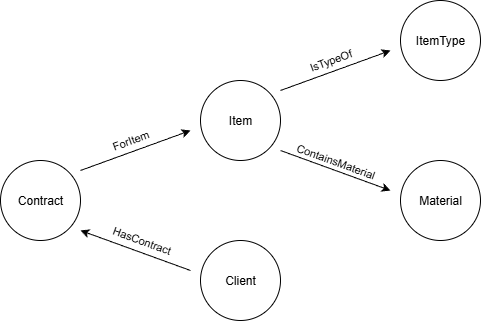
The draw.io diagram Pawnshop_Graph_Diagram.png in staretc/Pawnshop_DB, before a commit. Source tidied: cells renumbered, new cells last; positions are measured from the earlier drawing's top-left corner, leaving out a move shared by most shapes. The source it was exported from:
```xml
<mxGraphModel>
  <root>
    <mxCell id="0" />
    <mxCell id="1" parent="0" />
    <mxCell id="2" value="ItemType" style="ellipse;whiteSpace=wrap;html=1;" parent="1" vertex="1">
      <mxGeometry x="400" width="80" height="80" as="geometry" />
    </mxCell>
    <mxCell id="3" value="Item" style="ellipse;whiteSpace=wrap;html=1;" parent="1" vertex="1">
      <mxGeometry x="200" y="80" width="80" height="80" as="geometry" />
    </mxCell>
    <mxCell id="4" value="Material" style="ellipse;whiteSpace=wrap;html=1;" parent="1" vertex="1">
      <mxGeometry x="400" y="160" width="80" height="80" as="geometry" />
    </mxCell>
    <mxCell id="5" value="Client" style="ellipse;whiteSpace=wrap;html=1;" parent="1" vertex="1">
      <mxGeometry x="200" y="240" width="80" height="80" as="geometry" />
    </mxCell>
    <mxCell id="6" value="Contract" style="ellipse;whiteSpace=wrap;html=1;" parent="1" vertex="1">
      <mxGeometry y="160" width="80" height="80" as="geometry" />
    </mxCell>
    <mxCell id="7" style="endArrow=classic;html=1;rounded=0;" parent="1" edge="1">
      <mxGeometry relative="1" as="geometry">
        <mxPoint x="280" y="90" as="sourcePoint" />
        <mxPoint x="390" y="50" as="targetPoint" />
      </mxGeometry>
    </mxCell>
    <mxCell id="8" value="IsTypeOf" style="edgeLabel;html=1;align=center;verticalAlign=middle;rotation=-20;" parent="7" vertex="1">
      <mxGeometry x="-0.29" y="1" relative="1" as="geometry">
        <mxPoint x="11" y="-15" as="offset" />
      </mxGeometry>
    </mxCell>
    <mxCell id="9" style="endArrow=classic;html=1;rounded=0;" parent="1" edge="1">
      <mxGeometry relative="1" as="geometry">
        <mxPoint x="280" y="150" as="sourcePoint" />
        <mxPoint x="390" y="190" as="targetPoint" />
      </mxGeometry>
    </mxCell>
    <mxCell id="10" value="ContainsMaterial" style="edgeLabel;html=1;align=center;verticalAlign=middle;rotation=20;" parent="9" vertex="1">
      <mxGeometry x="-0.29" y="1" relative="1" as="geometry">
        <mxPoint x="15" y="-3" as="offset" />
      </mxGeometry>
    </mxCell>
    <mxCell id="11" style="endArrow=classic;html=1;rounded=0;" parent="1" edge="1">
      <mxGeometry relative="1" as="geometry">
        <mxPoint x="190" y="270" as="sourcePoint" />
        <mxPoint x="80" y="230" as="targetPoint" />
      </mxGeometry>
    </mxCell>
    <mxCell id="12" value="HasContract" style="edgeLabel;html=1;align=center;verticalAlign=middle;rotation=20;" parent="11" vertex="1">
      <mxGeometry x="-0.29" y="1" relative="1" as="geometry">
        <mxPoint x="-10" y="-17" as="offset" />
      </mxGeometry>
    </mxCell>
    <mxCell id="13" style="endArrow=classic;html=1;rounded=0;" parent="1" edge="1">
      <mxGeometry relative="1" as="geometry">
        <mxPoint x="80" y="170" as="sourcePoint" />
        <mxPoint x="190" y="130" as="targetPoint" />
      </mxGeometry>
    </mxCell>
    <mxCell id="14" value="ForItem" style="edgeLabel;html=1;align=center;verticalAlign=middle;rotation=-20;" parent="13" vertex="1">
      <mxGeometry x="-0.29" y="1" relative="1" as="geometry">
        <mxPoint x="11" y="-15" as="offset" />
      </mxGeometry>
    </mxCell>
  </root>
</mxGraphModel>
```
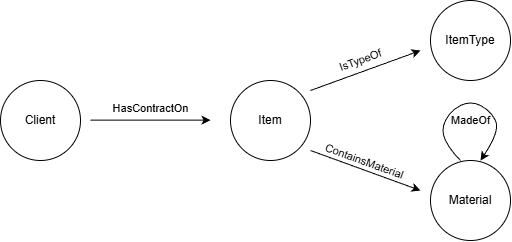
Later version of the same file.

Change to the diagram source:
```diff
@@ -12,11 +12,8 @@
       <mxGeometry x="400" y="160" width="80" height="80" as="geometry" />
     </mxCell>
     <mxCell id="5" value="Client" style="ellipse;whiteSpace=wrap;html=1;" parent="1" vertex="1">
-      <mxGeometry x="200" y="240" width="80" height="80" as="geometry" />
+      <mxGeometry x="-30" y="80" width="80" height="80" as="geometry" />
     </mxCell>
-    <mxCell id="6" value="Contract" style="ellipse;whiteSpace=wrap;html=1;" parent="1" vertex="1">
-      <mxGeometry y="160" width="80" height="80" as="geometry" />
-    </mxCell>
     <mxCell id="7" style="endArrow=classic;html=1;rounded=0;" parent="1" edge="1">
       <mxGeometry relative="1" as="geometry">
         <mxPoint x="280" y="90" as="sourcePoint" />
@@ -41,25 +38,33 @@
     </mxCell>
     <mxCell id="11" style="endArrow=classic;html=1;rounded=0;" parent="1" edge="1">
       <mxGeometry relative="1" as="geometry">
-        <mxPoint x="190" y="270" as="sourcePoint" />
-        <mxPoint x="80" y="230" as="targetPoint" />
+        <mxPoint x="60" y="119.7" as="sourcePoint" />
+        <mxPoint x="180" y="119.7" as="targetPoint" />
       </mxGeometry>
     </mxCell>
-    <mxCell id="12" value="HasContract" style="edgeLabel;html=1;align=center;verticalAlign=middle;rotation=20;" parent="11" vertex="1">
+    <mxCell id="12" value="HasContractOn" style="edgeLabel;html=1;align=center;verticalAlign=middle;rotation=0;" parent="11" vertex="1">
       <mxGeometry x="-0.29" y="1" relative="1" as="geometry">
-        <mxPoint x="-10" y="-17" as="offset" />
+        <mxPoint x="17" y="-11" as="offset" />
       </mxGeometry>
     </mxCell>
-    <mxCell id="13" style="endArrow=classic;html=1;rounded=0;" parent="1" edge="1">
-      <mxGeometry relative="1" as="geometry">
-        <mxPoint x="80" y="170" as="sourcePoint" />
-        <mxPoint x="190" y="130" as="targetPoint" />
-      </mxGeometry>
-    </mxCell>
-    <mxCell id="14" value="ForItem" style="edgeLabel;html=1;align=center;verticalAlign=middle;rotation=-20;" parent="13" vertex="1">
-      <mxGeometry x="-0.29" y="1" relative="1" as="geometry">
-        <mxPoint x="11" y="-15" as="offset" />
-      </mxGeometry>
-    </mxCell>
+    <mxCell id="15" style="curved=1;endArrow=classic;html=1;rounded=0;" parent="1" edge="1">
+      <mxGeometry relative="1" as="geometry">
+        <mxPoint x="430" y="160" as="sourcePoint" />
+        <mxPoint x="450" y="160" as="targetPoint" />
+        <Array as="points">
+          <mxPoint x="420" y="150" />
+          <mxPoint x="410" y="130" />
+          <mxPoint x="420" y="110" />
+          <mxPoint x="440" y="100" />
+          <mxPoint x="460" y="110" />
+          <mxPoint x="470" y="130" />
+        </Array>
+      </mxGeometry>
+    </mxCell>
+    <mxCell id="16" value="MadeOf" style="edgeLabel;html=1;align=center;verticalAlign=middle;" parent="15" vertex="1">
+      <mxGeometry x="-0.36" y="-1" relative="1" as="geometry">
+        <mxPoint x="22" y="3" as="offset" />
+      </mxGeometry>
+    </mxCell>
   </root>
 </mxGraphModel>
```
